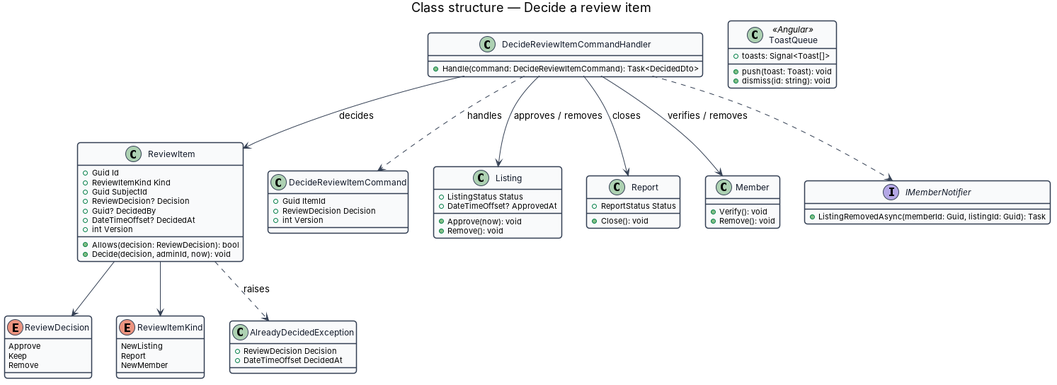
This is docs/detailed-designs/review/decide-review-item/diagrams/class-structure.png from QuinntyneBrown/christian-rent, a PlantUML export, as it was before one commit. Its source is kept beside it as docs/detailed-designs/review/decide-review-item/diagrams/class-structure.puml. Its diagram source:
```plantuml
@startuml
skinparam backgroundColor #FFFFFF
skinparam shadowing false
skinparam roundcorner 8
skinparam defaultFontName Arial
skinparam ArrowColor #344054
skinparam class {
  BorderColor #344054
  FontColor #101828
  BackgroundColor #F9FAFB
}
title Class structure — Decide a review item

enum ReviewDecision {
  Approve
  Keep
  Remove
}
enum ReviewItemKind {
  NewListing
  Report
  NewMember
}
class ReviewItem {
  +Guid Id
  +ReviewItemKind Kind
  +Guid SubjectId
  +ReviewDecision? Decision
  +Guid? DecidedBy
  +DateTimeOffset? DecidedAt
  +int Version
  +Allows(decision: ReviewDecision): bool
  +Decide(decision, adminId, now): void
}
class DecideReviewItemCommand {
  +Guid ItemId
  +ReviewDecision Decision
  +int Version
}
class DecideReviewItemCommandHandler {
  +Handle(command: DecideReviewItemCommand): Task<DecidedDto>
}
class AlreadyDecidedException {
  +ReviewDecision Decision
  +DateTimeOffset DecidedAt
}
class Listing {
  +ListingStatus Status
  +DateTimeOffset? ApprovedAt
  +Approve(now): void
  +Remove(): void
}
class Report {
  +ReportStatus Status
  +Close(): void
}
class Member {
  +Verify(): void
  +Remove(): void
}
interface IMemberNotifier {
  +ListingRemovedAsync(memberId: Guid, listingId: Guid): Task
}
class ToastQueue <<Angular>> {
  +toasts: Signal<Toast[]>
  +push(toast: Toast): void
  +dismiss(id: string): void
}
ReviewItem --> ReviewItemKind
ReviewItem --> ReviewDecision
ReviewItem ..> AlreadyDecidedException : raises
DecideReviewItemCommandHandler ..> DecideReviewItemCommand : handles
DecideReviewItemCommandHandler --> ReviewItem : decides
DecideReviewItemCommandHandler --> Listing : approves / removes
DecideReviewItemCommandHandler --> Report : closes
DecideReviewItemCommandHandler --> Member : verifies / removes
DecideReviewItemCommandHandler ..> IMemberNotifier
@enduml
```
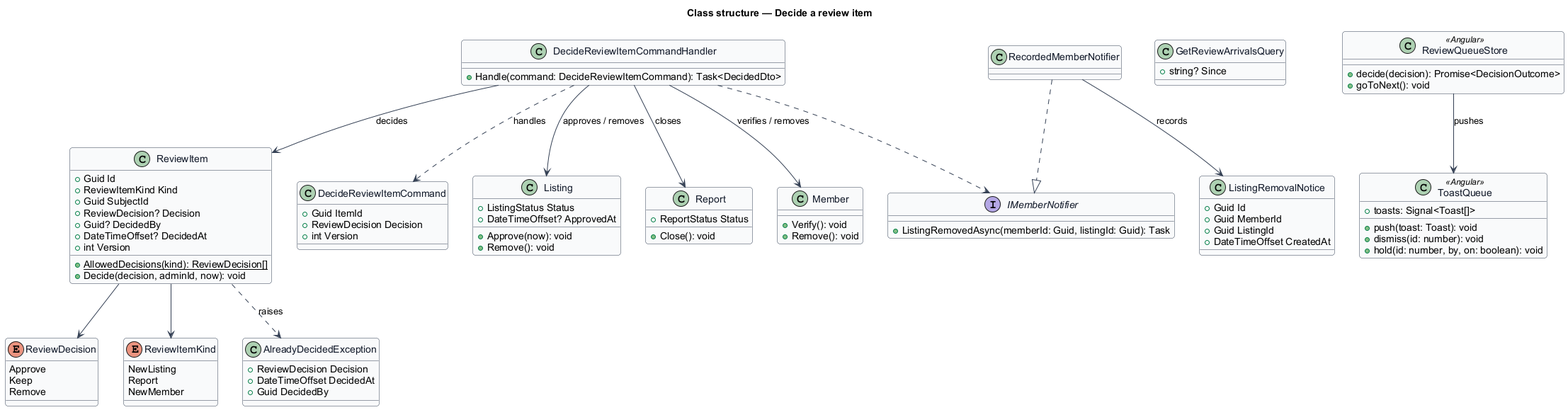
After the change.

Diff of the diagram source:
```diff
@@ -29,7 +29,7 @@
   +Guid? DecidedBy
   +DateTimeOffset? DecidedAt
   +int Version
-  +Allows(decision: ReviewDecision): bool
+  {static} +AllowedDecisions(kind): ReviewDecision[]
   +Decide(decision, adminId, now): void
 }
 class DecideReviewItemCommand {
@@ -43,7 +43,15 @@
 class AlreadyDecidedException {
   +ReviewDecision Decision
   +DateTimeOffset DecidedAt
+  +Guid DecidedBy
 }
+class ListingRemovalNotice {
+  +Guid Id
+  +Guid MemberId
+  +Guid ListingId
+  +DateTimeOffset CreatedAt
+}
+class RecordedMemberNotifier
 class Listing {
   +ListingStatus Status
   +DateTimeOffset? ApprovedAt
@@ -61,10 +69,18 @@
 interface IMemberNotifier {
   +ListingRemovedAsync(memberId: Guid, listingId: Guid): Task
 }
+class GetReviewArrivalsQuery {
+  +string? Since
+}
+class ReviewQueueStore <<Angular>> {
+  +decide(decision): Promise<DecisionOutcome>
+  +goToNext(): void
+}
 class ToastQueue <<Angular>> {
   +toasts: Signal<Toast[]>
   +push(toast: Toast): void
-  +dismiss(id: string): void
+  +dismiss(id: number): void
+  +hold(id: number, by, on: boolean): void
 }
 ReviewItem --> ReviewItemKind
 ReviewItem --> ReviewDecision
@@ -75,4 +91,7 @@
 DecideReviewItemCommandHandler --> Report : closes
 DecideReviewItemCommandHandler --> Member : verifies / removes
 DecideReviewItemCommandHandler ..> IMemberNotifier
+RecordedMemberNotifier ..|> IMemberNotifier
+RecordedMemberNotifier --> ListingRemovalNotice : records
+ReviewQueueStore --> ToastQueue : pushes
 @enduml
```
